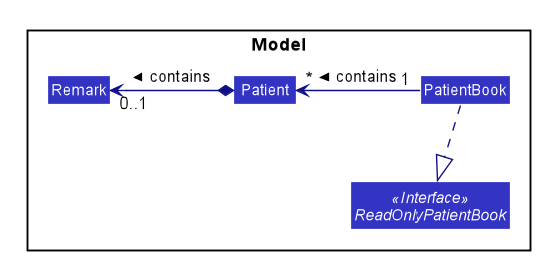
xz0127/tp keeps this PlantUML diagram as docs/images/RemarkLogicClassDiagram2.png. Above is the earlier version.
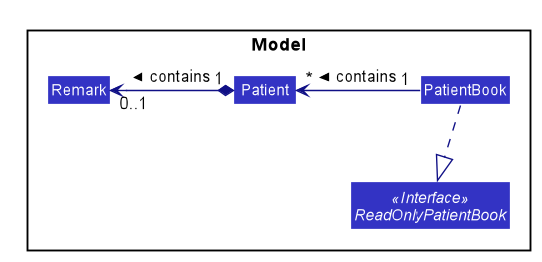
After the change.

Commit message:
Update developer's guide

What changed in the source:
```diff
@@ -58,7 +58,7 @@
 Class Remark
 }
 
-Patient *-left-> "0..1" Remark : contains >
+Patient "1" *-left-> "0..1" Remark : contains >
 PatientBook "1" -left-> "*" Patient : contains >
 PatientBook .down.|> ReadOnlyPatientBook
 
```
